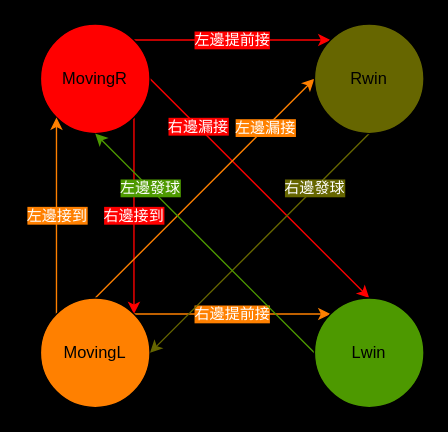
gordonpow/lab_hardware_test keeps this draw.io diagram as 5/FSM.drawio. Above is the earlier version. Source tidied: cells renumbered, new cells numbered last; positions are measured from the earlier drawing's top-left corner, leaving out a move shared by most shapes. Both pictures are drawn from the tidied source at 137%, with x=0, y=0 at pixel (40, 23).
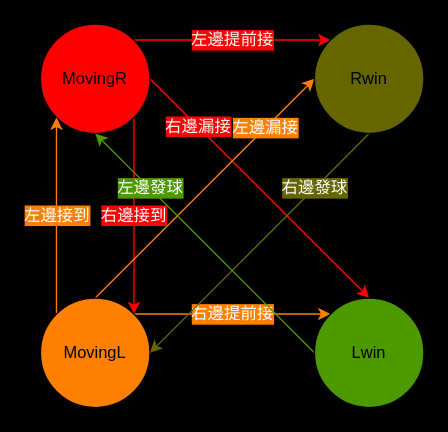
After the change.

Commit message (it also covers changes not shown here):
docs : readme.md fix img illustrate

Change to the diagram source:
```diff
@@
 <mxGraphModel background="#000000">
   <root>
     <mxCell id="0" />
     <mxCell id="1" parent="0" />
-    <mxCell id="2" value="右邊接到" style="edgeStyle=none;html=1;exitX=1;exitY=1;exitDx=0;exitDy=0;entryX=1;entryY=0;entryDx=0;entryDy=0;strokeColor=#FF0000;fontColor=#FFFFFF;labelBackgroundColor=#FF0000;" parent="1" edge="1" source="5" target="9">
+    <mxCell id="2" value="右邊接到" style="edgeStyle=none;html=1;exitX=1;exitY=1;exitDx=0;exitDy=0;entryX=1;entryY=0;entryDx=0;entryDy=0;strokeColor=#FF0000;fontColor=#FFFFFF;labelBackgroundColor=#FF0000;fontSize=12;" parent="1" edge="1" source="5" target="9">
       <mxGeometry relative="1" as="geometry" />
     </mxCell>
-    <mxCell id="3" value="右邊漏接" style="edgeStyle=none;html=1;exitX=1;exitY=0.5;exitDx=0;exitDy=0;strokeColor=#FF0000;fontColor=#FFFFFF;entryX=0.5;entryY=0;entryDx=0;entryDy=0;labelBackgroundColor=#FF0000;" parent="1" edge="1" source="5" target="13">
+    <mxCell id="3" value="右邊漏接" style="edgeStyle=none;html=1;exitX=1;exitY=0.5;exitDx=0;exitDy=0;strokeColor=#FF0000;fontColor=#FFFFFF;entryX=0.5;entryY=0;entryDx=0;entryDy=0;labelBackgroundColor=#FF0000;fontSize=12;" parent="1" edge="1" source="5" target="13">
       <mxGeometry x="-0.56" relative="1" as="geometry" />
     </mxCell>
-    <mxCell id="4" value="左邊提前接" style="edgeStyle=none;html=1;exitX=1;exitY=0;exitDx=0;exitDy=0;entryX=0;entryY=0;entryDx=0;entryDy=0;strokeColor=#FF0000;fontColor=#FFFFFF;labelBackgroundColor=#FF0000;" parent="1" edge="1" source="5" target="11">
+    <mxCell id="4" value="左邊提前接" style="edgeStyle=none;html=1;exitX=1;exitY=0;exitDx=0;exitDy=0;entryX=0;entryY=0;entryDx=0;entryDy=0;strokeColor=#FF0000;fontColor=#FFFFFF;labelBackgroundColor=#FF0000;fontSize=12;" parent="1" edge="1" source="5" target="11">
       <mxGeometry relative="1" as="geometry" />
     </mxCell>
     <mxCell id="5" value="MovingR" style="ellipse;whiteSpace=wrap;html=1;fillColor=#FF0000;" parent="1" vertex="1">
       <mxGeometry width="80" height="80" as="geometry" />
     </mxCell>
-    <mxCell id="6" value="左邊接到" style="edgeStyle=none;html=1;exitX=0;exitY=0;exitDx=0;exitDy=0;entryX=0;entryY=1;entryDx=0;entryDy=0;strokeColor=#FF8000;fontColor=#FFFFFF;labelBackgroundColor=#FF8000;" parent="1" edge="1" source="9" target="5">
+    <mxCell id="6" value="左邊接到" style="edgeStyle=none;html=1;exitX=0;exitY=0;exitDx=0;exitDy=0;entryX=0;entryY=1;entryDx=0;entryDy=0;strokeColor=#FF8000;fontColor=#FFFFFF;labelBackgroundColor=#FF8000;fontSize=12;" parent="1" edge="1" source="9" target="5">
       <mxGeometry relative="1" as="geometry" />
     </mxCell>
-    <mxCell id="7" value="右邊提前接" style="edgeStyle=none;html=1;exitX=1;exitY=0;exitDx=0;exitDy=0;entryX=0;entryY=0;entryDx=0;entryDy=0;strokeColor=#FF8000;fontColor=#FFFFFF;labelBackgroundColor=#FF8000;" parent="1" edge="1" source="9" target="13">
+    <mxCell id="7" value="右邊提前接" style="edgeStyle=none;html=1;exitX=1;exitY=0;exitDx=0;exitDy=0;entryX=0;entryY=0;entryDx=0;entryDy=0;strokeColor=#FF8000;fontColor=#FFFFFF;labelBackgroundColor=#FF8000;fontSize=12;" parent="1" edge="1" source="9" target="13">
       <mxGeometry relative="1" as="geometry" />
     </mxCell>
-    <mxCell id="8" value="左邊漏接" style="edgeStyle=none;html=1;exitX=0.5;exitY=0;exitDx=0;exitDy=0;strokeColor=#FF8000;fontColor=#FFFFFF;entryX=0;entryY=0.5;entryDx=0;entryDy=0;labelBackgroundColor=#FF8000;" parent="1" edge="1" source="9" target="11">
+    <mxCell id="8" value="左邊漏接" style="edgeStyle=none;html=1;exitX=0.5;exitY=0;exitDx=0;exitDy=0;strokeColor=#FF8000;fontColor=#FFFFFF;entryX=0;entryY=0.5;entryDx=0;entryDy=0;labelBackgroundColor=#FF8000;fontSize=12;" parent="1" edge="1" source="9" target="11">
       <mxGeometry x="0.56" relative="1" as="geometry" />
     </mxCell>
     <mxCell id="9" value="MovingL" style="ellipse;whiteSpace=wrap;html=1;fillColor=#FF8000;" parent="1" vertex="1">
       <mxGeometry y="200" width="80" height="80" as="geometry" />
     </mxCell>
-    <mxCell id="10" value="右邊發球" style="edgeStyle=none;html=1;exitX=0.5;exitY=1;exitDx=0;exitDy=0;entryX=1;entryY=0.5;entryDx=0;entryDy=0;strokeColor=#666600;fontColor=#FFFFFF;labelBackgroundColor=#666600;" parent="1" edge="1" source="11" target="9">
+    <mxCell id="10" value="右邊發球" style="edgeStyle=none;html=1;exitX=0.5;exitY=1;exitDx=0;exitDy=0;entryX=1;entryY=0.5;entryDx=0;entryDy=0;strokeColor=#666600;fontColor=#FFFFFF;labelBackgroundColor=#666600;fontSize=12;" parent="1" edge="1" source="11" target="9">
       <mxGeometry x="-0.5" relative="1" as="geometry">
         <Array as="points">
           <mxPoint x="200" y="120" />
         </Array>
       </mxGeometry>
     </mxCell>
     <mxCell id="11" value="Rwin" style="ellipse;whiteSpace=wrap;html=1;fillColor=#666600;" parent="1" vertex="1">
       <mxGeometry x="200" width="80" height="80" as="geometry" />
     </mxCell>
-    <mxCell id="12" value="左邊發球" style="edgeStyle=none;html=1;exitX=0;exitY=0.5;exitDx=0;exitDy=0;entryX=0.5;entryY=1;entryDx=0;entryDy=0;labelBackgroundColor=#4D9900;strokeColor=#4D9900;fontColor=#FFFFFF;" parent="1" edge="1" source="13" target="5">
+    <mxCell id="12" value="左邊發球" style="edgeStyle=none;html=1;exitX=0;exitY=0.5;exitDx=0;exitDy=0;entryX=0.5;entryY=1;entryDx=0;entryDy=0;labelBackgroundColor=#4D9900;strokeColor=#4D9900;fontColor=#FFFFFF;fontSize=12;" parent="1" edge="1" source="13" target="5">
       <mxGeometry x="0.5" relative="1" as="geometry">
         <Array as="points">
           <mxPoint x="90" y="130" />
         </Array>
       </mxGeometry>
     </mxCell>
     <mxCell id="13" value="Lwin" style="ellipse;whiteSpace=wrap;html=1;fillColor=#4D9900;" parent="1" vertex="1">
       <mxGeometry x="200" y="200" width="80" height="80" as="geometry" />
     </mxCell>
   </root>
 </mxGraphModel>
```
